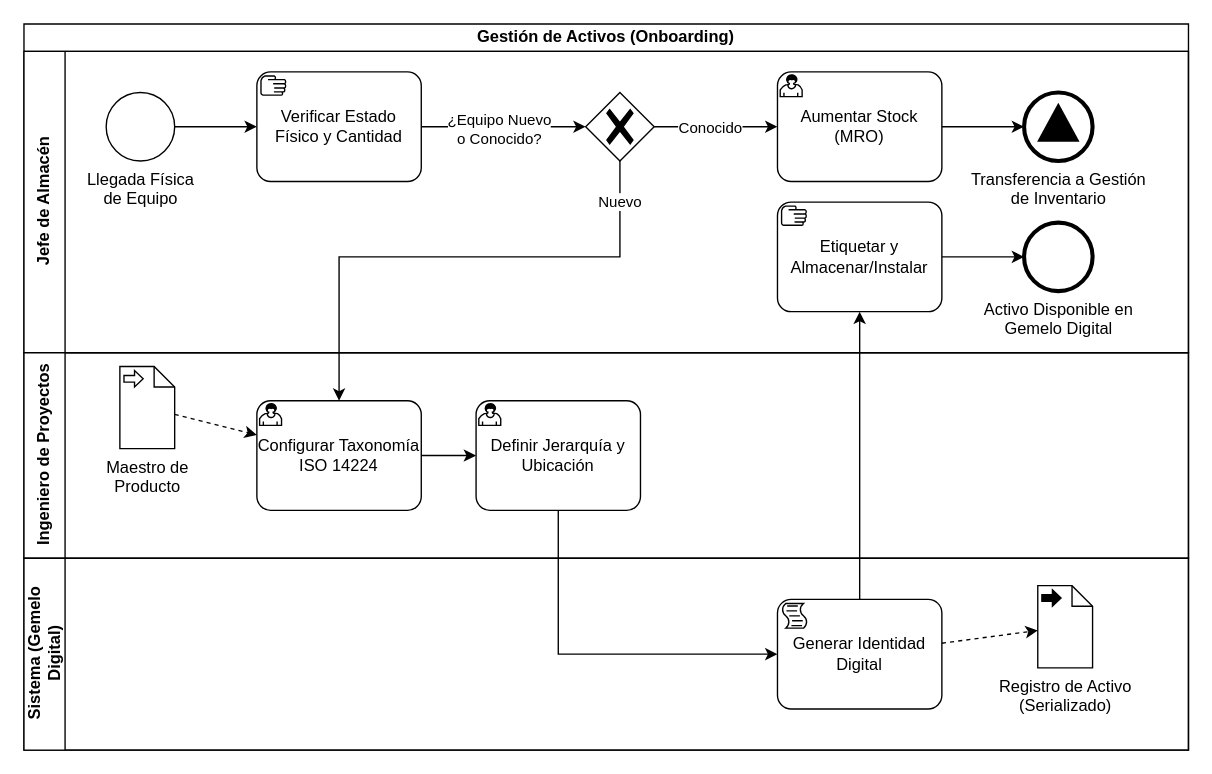
Novav20/adso-dteam-docs keeps this draw.io diagram as business-processes/ges-01-asset-management.drawio. Above is the earlier version. Source tidied: cells renumbered, new cells numbered last; positions are measured from the earlier drawing's top-left corner, leaving out a move shared by most shapes. Both pictures are drawn from the tidied source at 137%, with x=0, y=0 at pixel (23, 23).
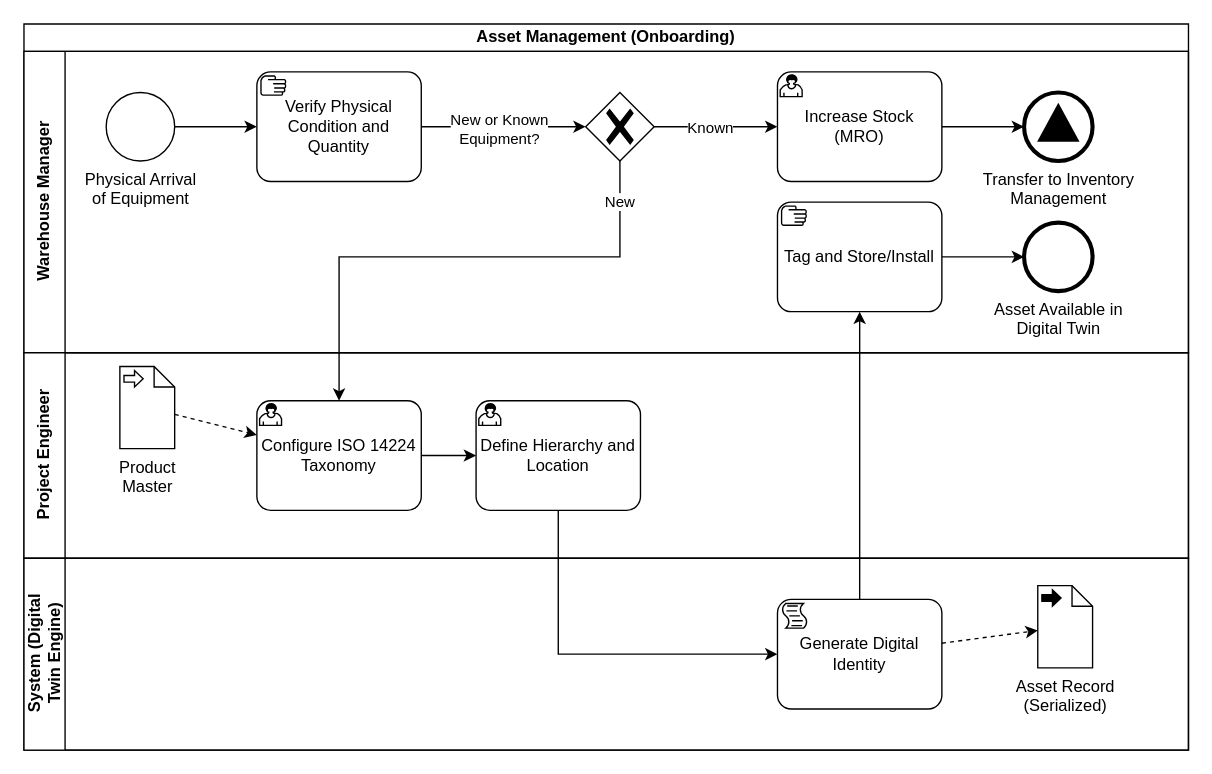
The same page after the edit.

Commit message:
docs(business-processes): fix missed spanish terms in ges-01 drawio file

The change refers to these unchanged cells:
```xml
<mxCell id="7" style="edgeStyle=orthogonalEdgeStyle;html=1;rounded=0;" parent="3" edge="1" source="9" target="12">
  <mxGeometry relative="1" as="geometry" />
</mxCell>
<mxCell id="10" style="edgeStyle=none;html=1;entryX=0;entryY=0.5;entryDx=0;entryDy=0;entryPerimeter=0;" parent="3" edge="1" source="5" target="9">
  <mxGeometry relative="1" as="geometry" />
</mxCell>
<mxCell id="24" style="edgeStyle=orthogonalEdgeStyle;html=1;entryX=0.5;entryY=0;entryDx=0;entryDy=0;entryPerimeter=0;rounded=0;exitX=0.5;exitY=1;exitDx=0;exitDy=0;exitPerimeter=0;" parent="2" edge="1" source="9" target="19">
  <mxGeometry relative="1" as="geometry">
    <Array as="points">
      <mxPoint x="435" y="170" />
      <mxPoint x="230" y="170" />
    </Array>
  </mxGeometry>
</mxCell>
```

The edit, as a diff of the source:
```diff
@@
-    <mxCell id="2" value="Gestión de Activos (Onboarding)" style="swimlane;html=1;horizontal=1;startSize=20;whiteSpace=wrap;" parent="1" vertex="1">
+    <mxCell id="2" value="Asset Management (Onboarding)" style="swimlane;html=1;horizontal=1;startSize=20;whiteSpace=wrap;" parent="1" vertex="1">
       <mxGeometry width="850" height="530" as="geometry" />
     </mxCell>
-    <mxCell id="3" value="Jefe de Almacén" style="swimlane;html=1;startSize=30;horizontal=0;" parent="2" vertex="1">
+    <mxCell id="3" value="Warehouse Manager" style="swimlane;html=1;startSize=30;horizontal=0;" parent="2" vertex="1">
       <mxGeometry y="20" width="850" height="220" as="geometry" />
     </mxCell>
-    <mxCell id="4" value="Llegada Física &lt;br&gt;de Equipo" style="points=[[0.145,0.145,0],[0.5,0,0],[0.855,0.145,0],[1,0.5,0],[0.855,0.855,0],[0.5,1,0],[0.145,0.855,0],[0,0.5,0]];shape=mxgraph.bpmn.event;html=1;verticalLabelPosition=bottom;labelBackgroundColor=#ffffff;verticalAlign=top;align=center;perimeter=ellipsePerimeter;outlineConnect=0;outline=standard;symbol=general;" parent="3" vertex="1">
+    <mxCell id="4" value="Physical Arrival &lt;br&gt;of Equipment" style="points=[[0.145,0.145,0],[0.5,0,0],[0.855,0.145,0],[1,0.5,0],[0.855,0.855,0],[0.5,1,0],[0.145,0.855,0],[0,0.5,0]];shape=mxgraph.bpmn.event;html=1;verticalLabelPosition=bottom;labelBackgroundColor=#ffffff;verticalAlign=top;align=center;perimeter=ellipsePerimeter;outlineConnect=0;outline=standard;symbol=general;" parent="3" vertex="1">
       <mxGeometry x="60" y="30" width="50" height="50" as="geometry" />
     </mxCell>
-    <mxCell id="5" value="Verificar Estado Físico y Cantidad" style="points=[[0.25,0,0],[0.5,0,0],[0.75,0,0],[1,0.25,0],[1,0.5,0],[1,0.75,0],[0.75,1,0],[0.5,1,0],[0.25,1,0],[0,0.75,0],[0,0.5,0],[0,0.25,0]];shape=mxgraph.bpmn.task;whiteSpace=wrap;rectStyle=rounded;size=10;html=1;taskMarker=manual;" parent="3" vertex="1">
+    <mxCell id="5" value="Verify Physical Condition and Quantity" style="points=[[0.25,0,0],[0.5,0,0],[0.75,0,0],[1,0.25,0],[1,0.5,0],[1,0.75,0],[0.75,1,0],[0.5,1,0],[0.25,1,0],[0,0.75,0],[0,0.5,0],[0,0.25,0]];shape=mxgraph.bpmn.task;whiteSpace=wrap;rectStyle=rounded;size=10;html=1;taskMarker=manual;" parent="3" vertex="1">
       <mxGeometry x="170" y="15" width="120" height="80" as="geometry" />
     </mxCell>
@@
-    <mxCell id="8" value="Conocido" style="edgeLabel;html=1;align=center;verticalAlign=middle;" parent="7" vertex="1">
+    <mxCell id="8" value="Known" style="edgeLabel;html=1;align=center;verticalAlign=middle;" parent="7" vertex="1">
       <mxGeometry x="-0.28" y="1" relative="1" as="geometry">
         <mxPoint x="8" y="1" as="offset" />
       </mxGeometry>
     </mxCell>
@@
-    <mxCell id="11" value="¿Equipo Nuevo &lt;br&gt;o Conocido?" style="edgeLabel;html=1;align=center;verticalAlign=middle;" parent="10" vertex="1">
+    <mxCell id="11" value="New or Known &lt;br&gt;Equipment?" style="edgeLabel;html=1;align=center;verticalAlign=middle;" parent="10" vertex="1">
       <mxGeometry x="-0.07" y="-1" relative="1" as="geometry" />
     </mxCell>
-    <mxCell id="12" value="Aumentar Stock (MRO)" style="points=[[0.25,0,0],[0.5,0,0],[0.75,0,0],[1,0.25,0],[1,0.5,0],[1,0.75,0],[0.75,1,0],[0.5,1,0],[0.25,1,0],[0,0.75,0],[0,0.5,0],[0,0.25,0]];shape=mxgraph.bpmn.task;whiteSpace=wrap;rectStyle=rounded;size=10;html=1;taskMarker=user;" parent="3" vertex="1">
+    <mxCell id="12" value="Increase Stock (MRO)" style="points=[[0.25,0,0],[0.5,0,0],[0.75,0,0],[1,0.25,0],[1,0.5,0],[1,0.75,0],[0.75,1,0],[0.5,1,0],[0.25,1,0],[0,0.75,0],[0,0.5,0],[0,0.25,0]];shape=mxgraph.bpmn.task;whiteSpace=wrap;rectStyle=rounded;size=10;html=1;taskMarker=user;" parent="3" vertex="1">
       <mxGeometry x="550" y="15" width="120" height="80" as="geometry" />
     </mxCell>
-    <mxCell id="13" value="Transferencia a Gestión &lt;br&gt;de Inventario" style="points=[[0.145,0.145,0],[0.5,0,0],[0.855,0.145,0],[1,0.5,0],[0.855,0.855,0],[0.5,1,0],[0.145,0.855,0],[0,0.5,0]];shape=mxgraph.bpmn.event;html=1;verticalLabelPosition=bottom;labelBackgroundColor=#ffffff;verticalAlign=top;align=center;perimeter=ellipsePerimeter;outlineConnect=0;outline=end;symbol=signal;" parent="3" vertex="1">
+    <mxCell id="13" value="Transfer to Inventory &lt;br&gt;Management" style="points=[[0.145,0.145,0],[0.5,0,0],[0.855,0.145,0],[1,0.5,0],[0.855,0.855,0],[0.5,1,0],[0.145,0.855,0],[0,0.5,0]];shape=mxgraph.bpmn.event;html=1;verticalLabelPosition=bottom;labelBackgroundColor=#ffffff;verticalAlign=top;align=center;perimeter=ellipsePerimeter;outlineConnect=0;outline=end;symbol=signal;" parent="3" vertex="1">
       <mxGeometry x="730" y="30" width="50" height="50" as="geometry" />
     </mxCell>
@@
-    <mxCell id="15" value="Etiquetar y Almacenar/Instalar" style="points=[[0.25,0,0],[0.5,0,0],[0.75,0,0],[1,0.25,0],[1,0.5,0],[1,0.75,0],[0.75,1,0],[0.5,1,0],[0.25,1,0],[0,0.75,0],[0,0.5,0],[0,0.25,0]];shape=mxgraph.bpmn.task;whiteSpace=wrap;rectStyle=rounded;size=10;html=1;taskMarker=manual;" parent="3" vertex="1">
+    <mxCell id="15" value="Tag and Store/Install" style="points=[[0.25,0,0],[0.5,0,0],[0.75,0,0],[1,0.25,0],[1,0.5,0],[1,0.75,0],[0.75,1,0],[0.5,1,0],[0.25,1,0],[0,0.75,0],[0,0.5,0],[0,0.25,0]];shape=mxgraph.bpmn.task;whiteSpace=wrap;rectStyle=rounded;size=10;html=1;taskMarker=manual;" parent="3" vertex="1">
       <mxGeometry x="550" y="110" width="120" height="80" as="geometry" />
     </mxCell>
-    <mxCell id="16" value="Activo Disponible en &lt;br&gt;Gemelo Digital" style="points=[[0.145,0.145,0],[0.5,0,0],[0.855,0.145,0],[1,0.5,0],[0.855,0.855,0],[0.5,1,0],[0.145,0.855,0],[0,0.5,0]];shape=mxgraph.bpmn.event;html=1;verticalLabelPosition=bottom;labelBackgroundColor=#ffffff;verticalAlign=top;align=center;perimeter=ellipsePerimeter;outlineConnect=0;outline=end;symbol=terminate2;labelPosition=center;" parent="3" vertex="1">
+    <mxCell id="16" value="Asset Available in &lt;br&gt;Digital Twin" style="points=[[0.145,0.145,0],[0.5,0,0],[0.855,0.145,0],[1,0.5,0],[0.855,0.855,0],[0.5,1,0],[0.145,0.855,0],[0,0.5,0]];shape=mxgraph.bpmn.event;html=1;verticalLabelPosition=bottom;labelBackgroundColor=#ffffff;verticalAlign=top;align=center;perimeter=ellipsePerimeter;outlineConnect=0;outline=end;symbol=terminate2;labelPosition=center;" parent="3" vertex="1">
       <mxGeometry x="730" y="125" width="50" height="50" as="geometry" />
     </mxCell>
@@
-    <mxCell id="18" value="Ingeniero de Proyectos" style="swimlane;html=1;startSize=30;horizontal=0;" parent="2" vertex="1">
+    <mxCell id="18" value="Project Engineer" style="swimlane;html=1;startSize=30;horizontal=0;" parent="2" vertex="1">
       <mxGeometry y="240" width="850" height="150" as="geometry" />
     </mxCell>
-    <mxCell id="19" value="Configurar Taxonomía ISO 14224" style="points=[[0.25,0,0],[0.5,0,0],[0.75,0,0],[1,0.25,0],[1,0.5,0],[1,0.75,0],[0.75,1,0],[0.5,1,0],[0.25,1,0],[0,0.75,0],[0,0.5,0],[0,0.25,0]];shape=mxgraph.bpmn.task;whiteSpace=wrap;rectStyle=rounded;size=10;html=1;taskMarker=user;" parent="18" vertex="1">
+    <mxCell id="19" value="Configure ISO 14224 Taxonomy" style="points=[[0.25,0,0],[0.5,0,0],[0.75,0,0],[1,0.25,0],[1,0.5,0],[1,0.75,0],[0.75,1,0],[0.5,1,0],[0.25,1,0],[0,0.75,0],[0,0.5,0],[0,0.25,0]];shape=mxgraph.bpmn.task;whiteSpace=wrap;rectStyle=rounded;size=10;html=1;taskMarker=user;" parent="18" vertex="1">
       <mxGeometry x="170" y="35" width="120" height="80" as="geometry" />
     </mxCell>
@@
-    <mxCell id="21" value="Maestro de&lt;br&gt;Producto" style="shape=mxgraph.bpmn.data;labelPosition=center;verticalLabelPosition=bottom;align=center;verticalAlign=top;size=15;html=1;bpmnTransferType=input;" parent="18" vertex="1">
+    <mxCell id="21" value="Product&lt;br&gt;Master" style="shape=mxgraph.bpmn.data;labelPosition=center;verticalLabelPosition=bottom;align=center;verticalAlign=top;size=15;html=1;bpmnTransferType=input;" parent="18" vertex="1">
       <mxGeometry x="70" y="10" width="40" height="60" as="geometry" />
     </mxCell>
-    <mxCell id="22" value="Definir Jerarquía y Ubicación" style="points=[[0.25,0,0],[0.5,0,0],[0.75,0,0],[1,0.25,0],[1,0.5,0],[1,0.75,0],[0.75,1,0],[0.5,1,0],[0.25,1,0],[0,0.75,0],[0,0.5,0],[0,0.25,0]];shape=mxgraph.bpmn.task;whiteSpace=wrap;rectStyle=rounded;size=10;html=1;taskMarker=user;" parent="18" vertex="1">
+    <mxCell id="22" value="Define Hierarchy and Location" style="points=[[0.25,0,0],[0.5,0,0],[0.75,0,0],[1,0.25,0],[1,0.5,0],[1,0.75,0],[0.75,1,0],[0.5,1,0],[0.25,1,0],[0,0.75,0],[0,0.5,0],[0,0.25,0]];shape=mxgraph.bpmn.task;whiteSpace=wrap;rectStyle=rounded;size=10;html=1;taskMarker=user;" parent="18" vertex="1">
       <mxGeometry x="330" y="35" width="120" height="80" as="geometry" />
     </mxCell>
@@
-    <mxCell id="25" value="Nuevo" style="edgeLabel;html=1;align=center;verticalAlign=middle;" parent="24" vertex="1">
+    <mxCell id="25" value="New" style="edgeLabel;html=1;align=center;verticalAlign=middle;" parent="24" vertex="1">
       <mxGeometry x="-0.85" y="-1" relative="1" as="geometry" />
     </mxCell>
@@
-    <mxCell id="27" value="Sistema (Gemelo &lt;br&gt;Digital)" style="swimlane;html=1;startSize=30;horizontal=0;" parent="2" vertex="1">
+    <mxCell id="27" value="System (Digital &lt;br&gt;Twin Engine)" style="swimlane;html=1;startSize=30;horizontal=0;" parent="2" vertex="1">
       <mxGeometry y="390" width="850" height="140" as="geometry" />
     </mxCell>
@@
-    <mxCell id="29" value="Generar Identidad Digital" style="points=[[0.25,0,0],[0.5,0,0],[0.75,0,0],[1,0.25,0],[1,0.5,0],[1,0.75,0],[0.75,1,0],[0.5,1,0],[0.25,1,0],[0,0.75,0],[0,0.5,0],[0,0.25,0]];shape=mxgraph.bpmn.task;whiteSpace=wrap;rectStyle=rounded;size=10;html=1;taskMarker=script;" parent="27" vertex="1">
+    <mxCell id="29" value="Generate Digital Identity" style="points=[[0.25,0,0],[0.5,0,0],[0.75,0,0],[1,0.25,0],[1,0.5,0],[1,0.75,0],[0.75,1,0],[0.5,1,0],[0.25,1,0],[0,0.75,0],[0,0.5,0],[0,0.25,0]];shape=mxgraph.bpmn.task;whiteSpace=wrap;rectStyle=rounded;size=10;html=1;taskMarker=script;" parent="27" vertex="1">
       <mxGeometry x="550" y="30" width="120" height="80" as="geometry" />
     </mxCell>
-    <mxCell id="30" value="Registro de Activo &lt;br&gt;(Serializado)" style="shape=mxgraph.bpmn.data;labelPosition=center;verticalLabelPosition=bottom;align=center;verticalAlign=top;size=15;html=1;bpmnTransferType=output;" parent="27" vertex="1">
+    <mxCell id="30" value="Asset Record &lt;br&gt;(Serialized)" style="shape=mxgraph.bpmn.data;labelPosition=center;verticalLabelPosition=bottom;align=center;verticalAlign=top;size=15;html=1;bpmnTransferType=output;" parent="27" vertex="1">
       <mxGeometry x="740" y="20" width="40" height="60" as="geometry" />
     </mxCell>
```
